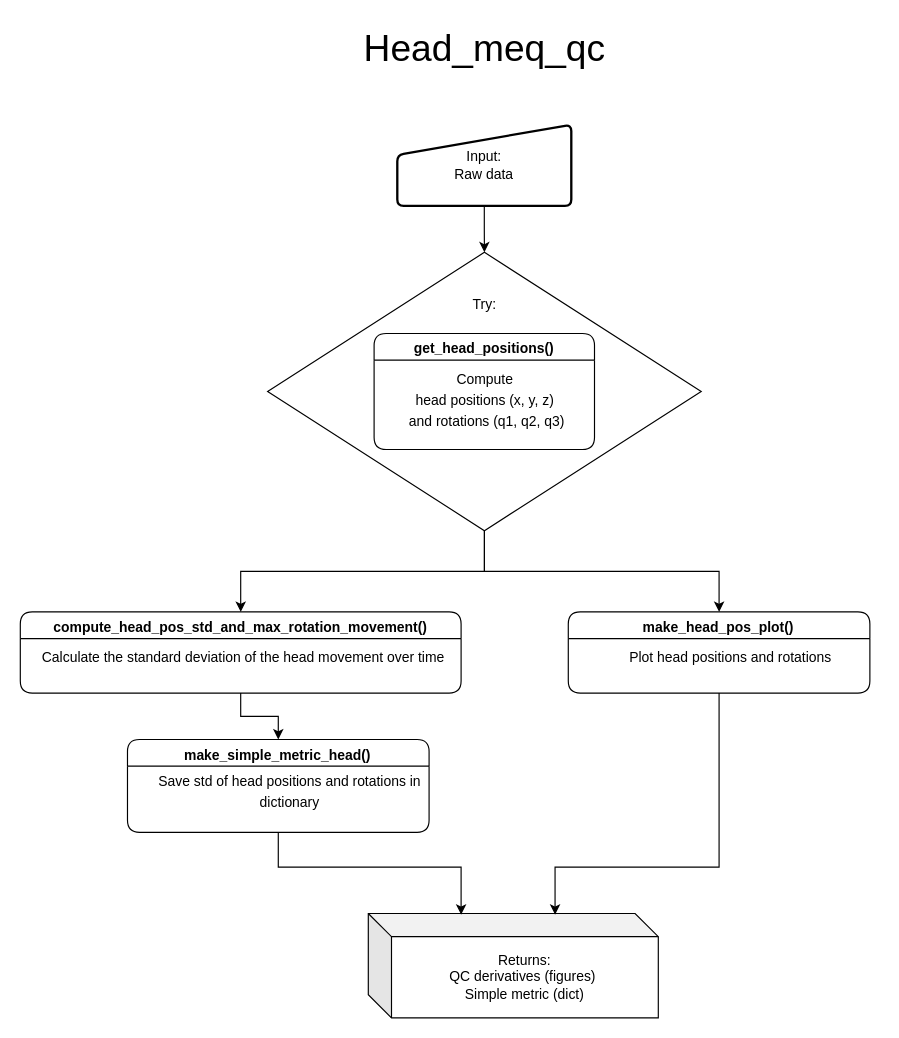
The draw.io diagram docs and diagrams/Head_UML_fin.drawio in oldgandalf/MEGqcJorge, before the edit. Source tidied: cells renumbered, new cells numbered last; positions are measured from the earlier drawing's top-left corner, leaving out a move shared by most shapes. Both pictures are drawn from the tidied source at 116%, with x=0, y=0 at pixel (20, 20).
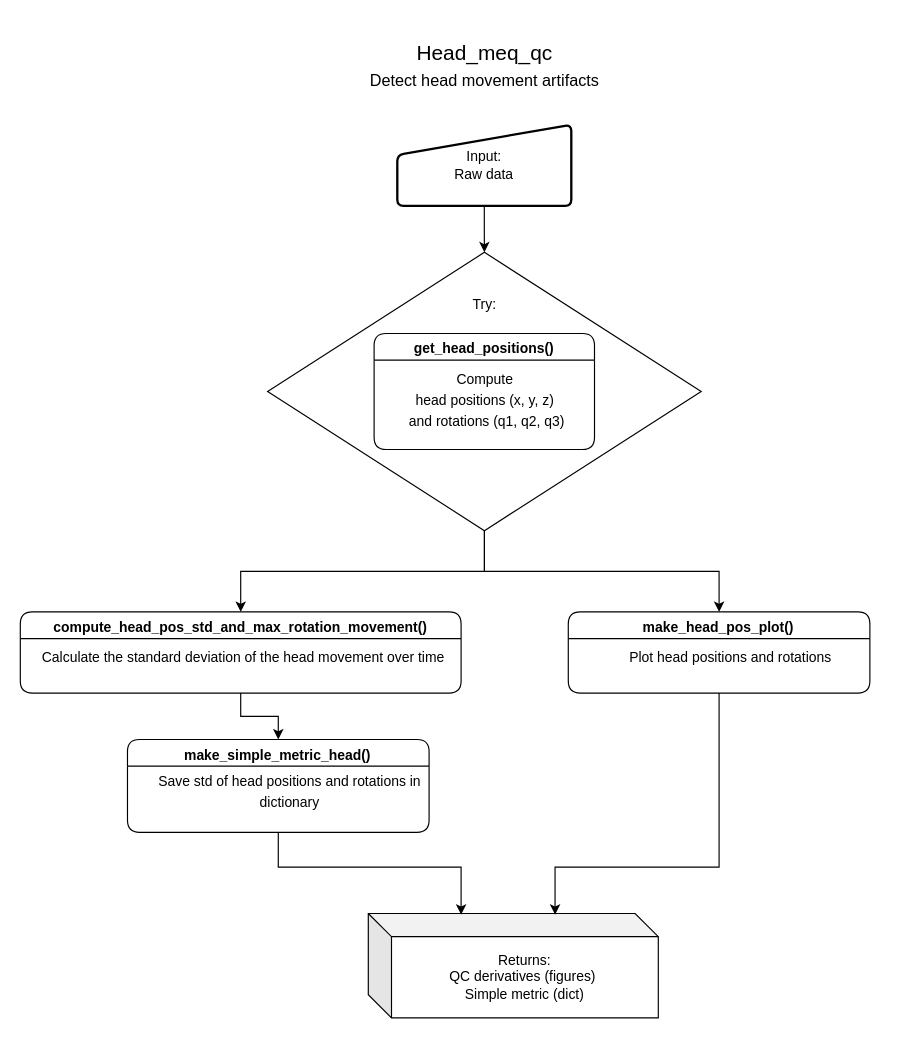
After the change.

What changed in the source:
```diff
@@
-    <mxCell id="4" value="&lt;font style=&quot;font-size: 32px;&quot;&gt;Head_meq_qc&lt;/font&gt;" style="text;html=1;align=center;verticalAlign=middle;strokeColor=none;fillColor=none;fontSize=18;fontFamily=Helvetica;" parent="1" vertex="1">
-      <mxGeometry x="285" width="230" height="50" as="geometry" />
+    <mxCell id="4" value="&lt;font style=&quot;&quot;&gt;Head_meq_qc&lt;br&gt;&lt;font style=&quot;font-size: 14px;&quot;&gt;Detect head movement artifacts&lt;/font&gt;&lt;br&gt;&lt;/font&gt;" style="text;html=1;align=center;verticalAlign=middle;strokeColor=none;fillColor=none;fontSize=18;fontFamily=Helvetica;" parent="1" vertex="1">
+      <mxGeometry x="290" y="10" width="220" height="60" as="geometry" />
     </mxCell>
```
